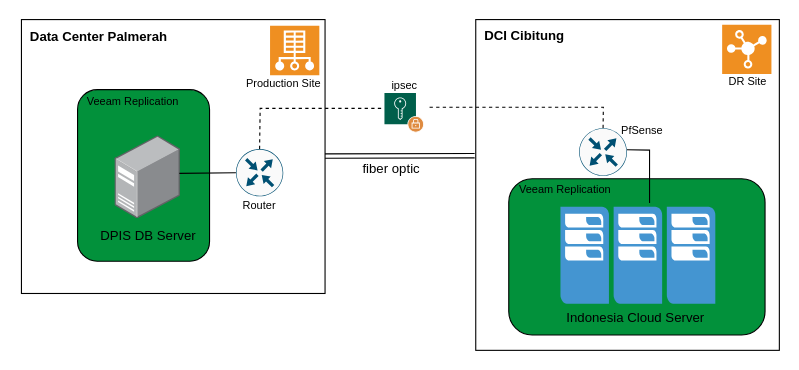
Above: Untitled Diagram.drawio in yusufdalu/hello-world (draw.io), before the change. Source tidied: cells renumbered, new cells numbered last; positions are measured from the earlier drawing's top-left corner, leaving out a move shared by most shapes. Both pictures are drawn from the tidied source at 110%, with x=0, y=0 at pixel (19, 19).
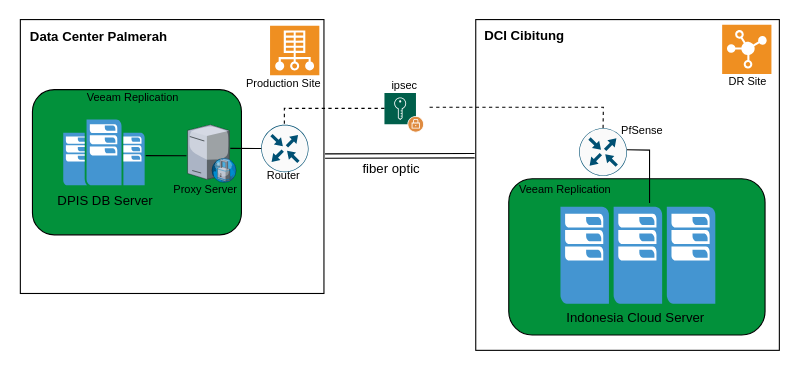
The same page after the edit.

What changed in the source:
```diff
@@
     <mxCell id="2" style="rounded=0;whiteSpace=wrap;html=1;" parent="1" vertex="1">
-      <mxGeometry x="2" y="0.3" width="276" height="249" as="geometry" />
+      <mxGeometry x="1" y="0.3" width="276" height="249" as="geometry" />
     </mxCell>
@@
     <mxCell id="11" style="sketch=0;points=[[0.5,0,0],[1,0.5,0],[0.5,1,0],[0,0.5,0],[0.145,0.145,0],[0.8555,0.145,0],[0.855,0.8555,0],[0.145,0.855,0]];verticalLabelPosition=bottom;html=1;verticalAlign=top;align=center;shape=mxgraph.cisco19.rect;prIcon=router;fillColor=#FAFAFA;strokeColor=#005073;" parent="1" vertex="1">
-      <mxGeometry x="197" y="118" width="43" height="43" as="geometry" />
+      <mxGeometry x="220" y="96" width="43" height="43" as="geometry" />
     </mxCell>
-    <mxCell id="12" style="endArrow=none;dashed=1;html=1;rounded=0;exitX=0.5;exitY=0;exitDx=0;exitDy=0;exitPerimeter=0;" parent="1" edge="1" source="11">
+    <mxCell id="12" style="endArrow=none;dashed=1;html=1;rounded=0;" parent="1" edge="1">
       <mxGeometry relative="1" as="geometry">
+        <mxPoint x="241" y="95" as="sourcePoint" />
         <mxPoint x="332" y="81" as="targetPoint" />
         <Array as="points">
-          <mxPoint x="219" y="81" />
+          <mxPoint x="241" y="81" />
         </Array>
       </mxGeometry>
     </mxCell>
@@
     <mxCell id="16" style="rounded=1;whiteSpace=wrap;html=1;fontSize=10;fillColor=#02913B;" parent="1" vertex="1">
-      <mxGeometry x="53" y="64" width="120" height="156" as="geometry" />
+      <mxGeometry x="12" y="64" width="190" height="132" as="geometry" />
     </mxCell>
-    <mxCell id="17" style="points=[];html=1;align=center;shadow=0;dashed=0;image;image=img/lib/allied_telesis/computer_and_terminals/Server_Desktop.svg;" parent="1" vertex="1">
-      <mxGeometry x="87" y="106" width="59.6" height="75.5" as="geometry" />
-    </mxCell>
-    <mxCell id="18" style="endArrow=none;html=1;rounded=0;entryX=0;entryY=0.5;entryDx=0;entryDy=0;entryPerimeter=0;exitX=0.983;exitY=0.452;exitDx=0;exitDy=0;exitPerimeter=0;" parent="1" edge="1" source="17" target="11">
-      <mxGeometry relative="1" as="geometry" />
-    </mxCell>
     <mxCell id="19" value="DPIS DB Server" style="text;html=1;align=center;verticalAlign=middle;fillColor=none;strokeColor=none;rounded=0;" parent="1" vertex="1">
-      <mxGeometry x="64.3" y="184" width="105" height="26" as="geometry" />
+      <mxGeometry x="25" y="152" width="105" height="26" as="geometry" />
     </mxCell>
     <mxCell id="20" value="&lt;font style=&quot;font-size: 10px;&quot;&gt;Veeam Replication&lt;/font&gt;" style="text;html=1;align=center;verticalAlign=middle;fillColor=none;strokeColor=none;rounded=0;" parent="1" vertex="1">
-      <mxGeometry x="52" y="61" width="101" height="26" as="geometry" />
+      <mxGeometry x="52" y="58" width="101" height="26" as="geometry" />
     </mxCell>
@@
     <mxCell id="27" value="&lt;font style=&quot;font-size: 10px;&quot;&gt;Router&lt;/font&gt;" style="text;html=1;align=center;verticalAlign=middle;fillColor=none;strokeColor=none;rounded=0;" parent="1" vertex="1">
-      <mxGeometry x="194" y="155.5" width="48" height="26" as="geometry" />
+      <mxGeometry x="216" y="129" width="48" height="26" as="geometry" />
     </mxCell>
@@
+    <mxCell id="30" style="shadow=0;dashed=0;html=1;strokeColor=none;fillColor=#4495D1;labelPosition=center;verticalLabelPosition=bottom;verticalAlign=top;align=center;shape=mxgraph.veeam.data_center;" parent="1" vertex="1">
+      <mxGeometry x="40" y="91.1" width="74" height="59.9" as="geometry" />
+    </mxCell>
+    <mxCell id="31" style="endArrow=none;html=1;rounded=0;entryX=-0.024;entryY=0.537;entryDx=0;entryDy=0;entryPerimeter=0;" parent="1" edge="1" target="33">
+      <mxGeometry relative="1" as="geometry">
+        <mxPoint x="115" y="124" as="sourcePoint" />
+      </mxGeometry>
+    </mxCell>
+    <mxCell id="32" value="&lt;font style=&quot;font-size: 10px;&quot;&gt;Proxy Server&lt;/font&gt;" style="text;html=1;align=center;verticalAlign=middle;fillColor=none;strokeColor=none;rounded=0;" parent="1" vertex="1">
+      <mxGeometry x="131" y="141.1" width="76" height="26" as="geometry" />
+    </mxCell>
+    <mxCell id="33" style="verticalLabelPosition=bottom;sketch=0;html=1;verticalAlign=top;strokeColor=none;align=center;outlineConnect=0;shape=mxgraph.citrix.proxy_server;" parent="1" vertex="1">
+      <mxGeometry x="153" y="96" width="44.5" height="52.4" as="geometry" />
+    </mxCell>
+    <mxCell id="18" style="endArrow=none;html=1;rounded=0;entryX=0;entryY=0.5;entryDx=0;entryDy=0;entryPerimeter=0;exitX=0.875;exitY=0.409;exitDx=0;exitDy=0;exitPerimeter=0;" parent="1" edge="1">
+      <mxGeometry relative="1" as="geometry">
+        <mxPoint x="191.9" y="117.4" as="sourcePoint" />
+        <mxPoint x="220" y="117.5" as="targetPoint" />
+      </mxGeometry>
+    </mxCell>
```
